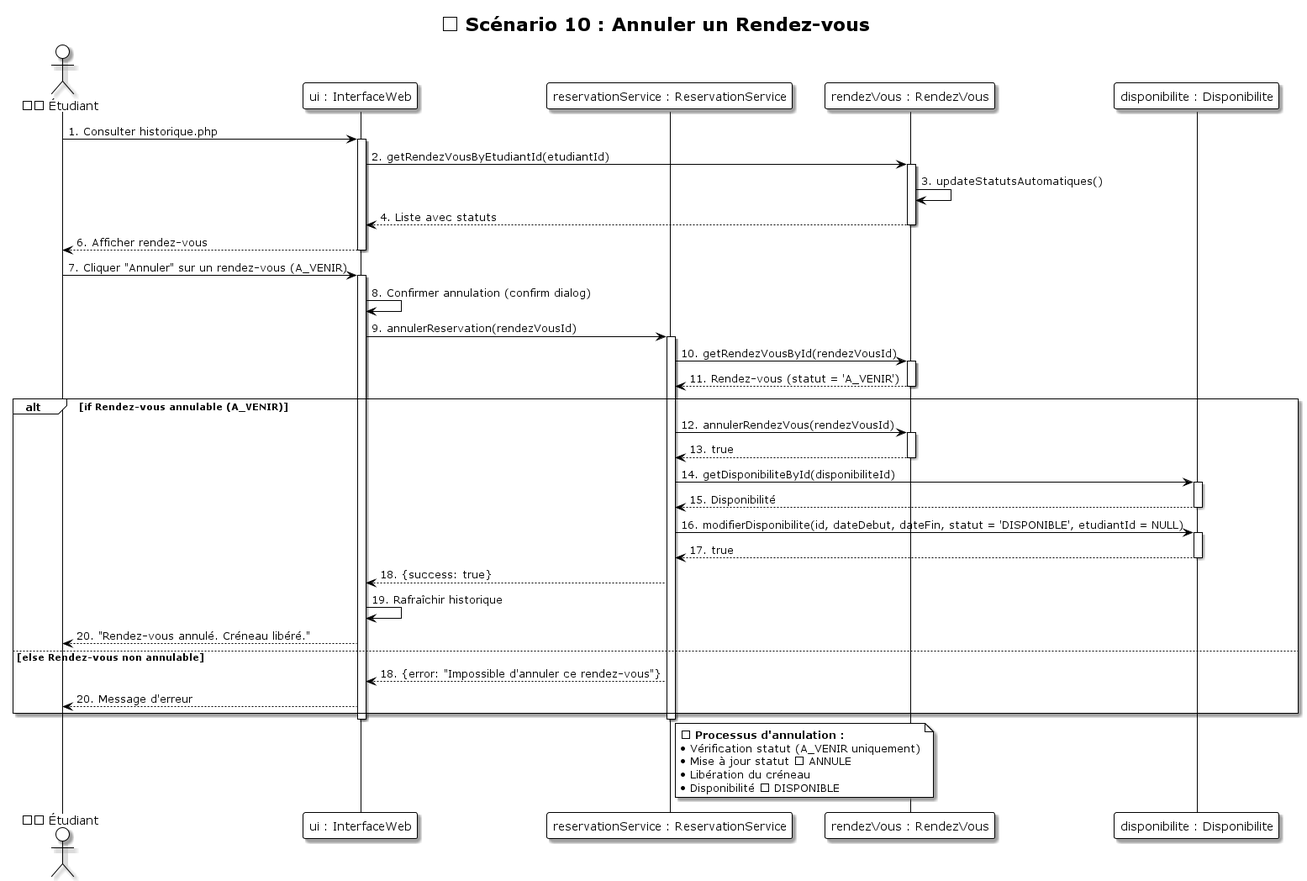
Before: UML/diagrammes_sequence/Sequence_10_Annuler_RendezVous.png, a diagram exported from PlantUML (LLAbdul/LLAbdul-projet-tutoplus).
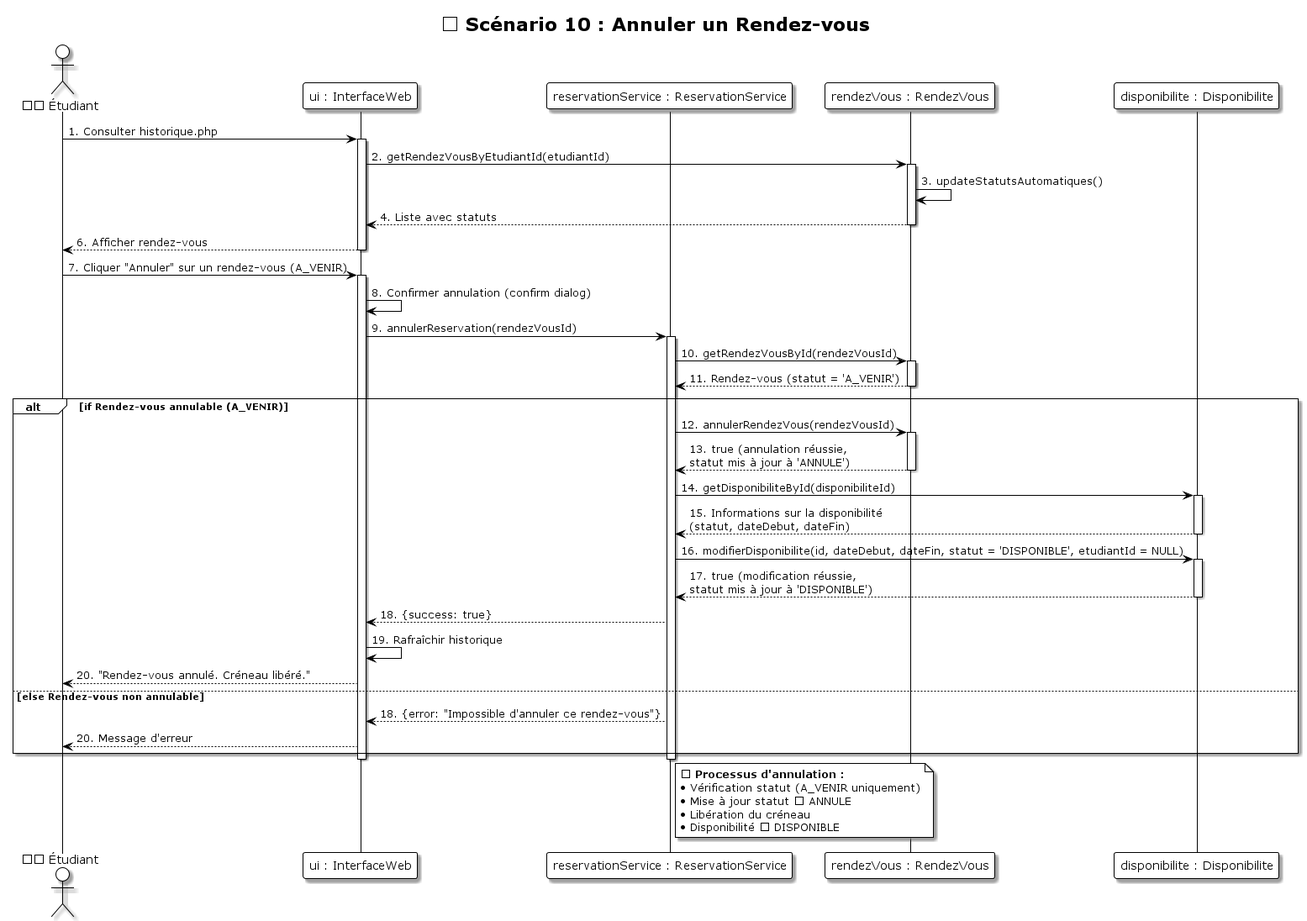
Above is the later version.

What changed in the source:
```diff
@@ -35,17 +35,17 @@
 alt if Rendez-vous annulable (A_VENIR)
     ReservationService -> RendezVous: 12. annulerRendezVous(rendezVousId)
     activate RendezVous
-    RendezVous --> ReservationService: 13. true
+    RendezVous --> ReservationService: 13. true (annulation réussie,\nstatut mis à jour à 'ANNULE')
     deactivate RendezVous
 
     ReservationService -> Disponibilite: 14. getDisponibiliteById(disponibiliteId)
     activate Disponibilite
-    Disponibilite --> ReservationService: 15. Disponibilité
+    Disponibilite --> ReservationService: 15. Informations sur la disponibilité\n(statut, dateDebut, dateFin)
     deactivate Disponibilite
 
     ReservationService -> Disponibilite: 16. modifierDisponibilite(id, dateDebut, dateFin, statut = 'DISPONIBLE', etudiantId = NULL)
     activate Disponibilite
-    Disponibilite --> ReservationService: 17. true
+    Disponibilite --> ReservationService: 17. true (modification réussie,\nstatut mis à jour à 'DISPONIBLE')
     deactivate Disponibilite
 
     ReservationService --> UI: 18. {success: true}
```
